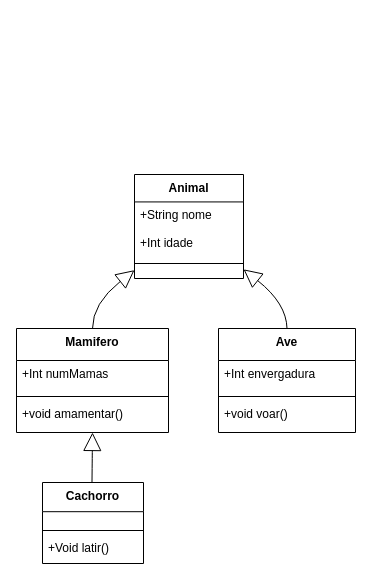
Earlier version of the draw.io diagram heramça.drawio (gabrielbentog/graphs). Source tidied: cells renumbered, new cells numbered last; positions are measured from the earlier drawing's top-left corner, leaving out a move shared by most shapes. Both pictures are drawn from the tidied source at 100%, with x=0, y=0 at pixel (16, 174).
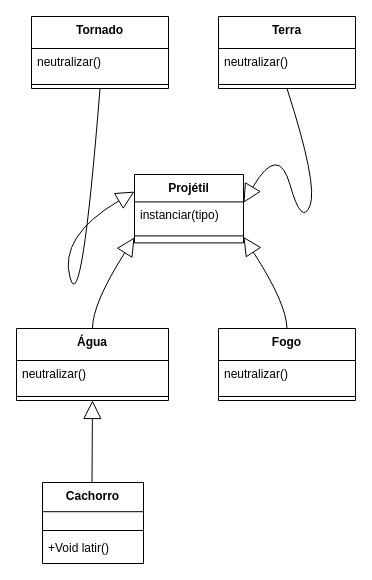
The same diagram, later.

Diff of the diagram source:
```diff
@@
-    <mxCell id="2" value="Animal" style="swimlane;fontStyle=1;align=center;verticalAlign=top;horizontal=1;startSize=27.428571428571427;" parent="1" vertex="1">
-      <mxGeometry x="118" width="109" height="104" as="geometry" />
+    <mxCell id="2" value="Projétil" style="swimlane;fontStyle=1;align=center;verticalAlign=top;horizontal=1;startSize=27.428571428571427;" parent="1" vertex="1">
+      <mxGeometry x="118" width="109" height="68.4" as="geometry" />
     </mxCell>
-    <mxCell id="3" value="+String nome" style="text;strokeColor=none;fillColor=none;align=left;verticalAlign=top;spacingLeft=4;spacingRight=4;overflow=hidden;" parent="2" vertex="1">
-      <mxGeometry y="27" width="109" height="27" as="geometry" />
+    <mxCell id="3" value="instanciar(tipo)" style="text;strokeColor=none;fillColor=none;align=left;verticalAlign=top;spacingLeft=4;spacingRight=4;overflow=hidden;" parent="2" vertex="1">
+      <mxGeometry y="27.4" width="109" height="27" as="geometry" />
     </mxCell>
-    <mxCell id="4" value="+Int idade" style="text;strokeColor=none;fillColor=none;align=left;verticalAlign=top;spacingLeft=4;spacingRight=4;overflow=hidden;" parent="2" vertex="1">
-      <mxGeometry y="55" width="109" height="27" as="geometry" />
-    </mxCell>
     <mxCell id="5" style="line;strokeWidth=1;fillColor=none;align=left;verticalAlign=middle;spacingTop=-1;spacingLeft=3;spacingRight=3;labelPosition=right;strokeColor=inherit;" parent="2" vertex="1">
-      <mxGeometry y="82" width="109" height="14" as="geometry" />
+      <mxGeometry y="54.4" width="109" height="14" as="geometry" />
     </mxCell>
-    <mxCell id="6" value="Mamifero" style="swimlane;fontStyle=1;align=center;verticalAlign=top;horizontal=1;startSize=32;" parent="1" vertex="1">
-      <mxGeometry y="154" width="152" height="104" as="geometry" />
+    <mxCell id="6" value="Água" style="swimlane;fontStyle=1;align=center;verticalAlign=top;horizontal=1;startSize=32;" parent="1" vertex="1">
+      <mxGeometry y="154" width="152" height="72" as="geometry" />
     </mxCell>
-    <mxCell id="7" value="+Int numMamas" style="text;strokeColor=none;fillColor=none;align=left;verticalAlign=top;spacingLeft=4;spacingRight=4;overflow=hidden;" parent="6" vertex="1">
+    <mxCell id="7" value="neutralizar()" style="text;strokeColor=none;fillColor=none;align=left;verticalAlign=top;spacingLeft=4;spacingRight=4;overflow=hidden;" parent="6" vertex="1">
       <mxGeometry y="32" width="152" height="32" as="geometry" />
     </mxCell>
@@
-    <mxCell id="9" value="+void amamentar()" style="text;strokeColor=none;fillColor=none;align=left;verticalAlign=top;spacingLeft=4;spacingRight=4;overflow=hidden;" parent="6" vertex="1">
-      <mxGeometry y="72" width="152" height="32" as="geometry" />
-    </mxCell>
-    <mxCell id="10" value="Ave" style="swimlane;fontStyle=1;align=center;verticalAlign=top;horizontal=1;startSize=32;" parent="1" vertex="1">
-      <mxGeometry x="202" y="154" width="137" height="104" as="geometry" />
+    <mxCell id="10" value="Fogo" style="swimlane;fontStyle=1;align=center;verticalAlign=top;horizontal=1;startSize=32;" parent="1" vertex="1">
+      <mxGeometry x="202" y="154" width="137" height="72" as="geometry" />
     </mxCell>
-    <mxCell id="11" value="+Int envergadura" style="text;strokeColor=none;fillColor=none;align=left;verticalAlign=top;spacingLeft=4;spacingRight=4;overflow=hidden;" parent="10" vertex="1">
+    <mxCell id="11" value="neutralizar()" style="text;strokeColor=none;fillColor=none;align=left;verticalAlign=top;spacingLeft=4;spacingRight=4;overflow=hidden;" parent="10" vertex="1">
       <mxGeometry y="32" width="137" height="32" as="geometry" />
     </mxCell>
@@
-    <mxCell id="13" value="+void voar()" style="text;strokeColor=none;fillColor=none;align=left;verticalAlign=top;spacingLeft=4;spacingRight=4;overflow=hidden;" parent="10" vertex="1">
-      <mxGeometry y="72" width="137" height="32" as="geometry" />
-    </mxCell>
@@
+    <mxCell id="20" value="Terra" style="swimlane;fontStyle=1;align=center;verticalAlign=top;horizontal=1;startSize=32;" parent="1" vertex="1">
+      <mxGeometry x="202" y="-158" width="137" height="72" as="geometry" />
+    </mxCell>
+    <mxCell id="21" value="neutralizar()" style="text;strokeColor=none;fillColor=none;align=left;verticalAlign=top;spacingLeft=4;spacingRight=4;overflow=hidden;" parent="20" vertex="1">
+      <mxGeometry y="32" width="137" height="32" as="geometry" />
+    </mxCell>
+    <mxCell id="22" style="line;strokeWidth=1;fillColor=none;align=left;verticalAlign=middle;spacingTop=-1;spacingLeft=3;spacingRight=3;labelPosition=right;strokeColor=inherit;" parent="20" vertex="1">
+      <mxGeometry y="64" width="137" height="8" as="geometry" />
+    </mxCell>
+    <mxCell id="23" value="Tornado" style="swimlane;fontStyle=1;align=center;verticalAlign=top;horizontal=1;startSize=32;" parent="1" vertex="1">
+      <mxGeometry x="15" y="-158" width="137" height="72" as="geometry" />
+    </mxCell>
+    <mxCell id="24" value="neutralizar()" style="text;strokeColor=none;fillColor=none;align=left;verticalAlign=top;spacingLeft=4;spacingRight=4;overflow=hidden;" parent="23" vertex="1">
+      <mxGeometry y="32" width="137" height="32" as="geometry" />
+    </mxCell>
+    <mxCell id="25" style="line;strokeWidth=1;fillColor=none;align=left;verticalAlign=middle;spacingTop=-1;spacingLeft=3;spacingRight=3;labelPosition=right;strokeColor=inherit;" parent="23" vertex="1">
+      <mxGeometry y="64" width="137" height="8" as="geometry" />
+    </mxCell>
+    <mxCell id="26" style="curved=1;startArrow=block;startSize=16;startFill=0;endArrow=none;exitX=0;exitY=0.25;entryX=0.5;entryY=1;entryDx=0;entryDy=0;exitDx=0;exitDy=0;" parent="1" edge="1" source="2" target="23">
+      <mxGeometry relative="1" as="geometry">
+        <Array as="points">
+          <mxPoint x="42" y="62" />
+          <mxPoint x="65.2" y="144.7" />
+        </Array>
+      </mxGeometry>
+    </mxCell>
+    <mxCell id="27" style="curved=1;startArrow=block;startSize=16;startFill=0;endArrow=none;exitX=1.003;exitY=0.079;exitDx=0;exitDy=0;exitPerimeter=0;entryX=0.5;entryY=1;entryDx=0;entryDy=0;" parent="1" edge="1" target="20">
+      <mxGeometry relative="1" as="geometry">
+        <mxPoint x="227" y="28.3" as="sourcePoint" />
+        <Array as="points">
+          <mxPoint x="262" y="-30.9" />
+          <mxPoint x="285.2" y="51.8" />
+          <mxPoint x="301.7" y="10.7" />
+        </Array>
+      </mxGeometry>
+    </mxCell>
```
